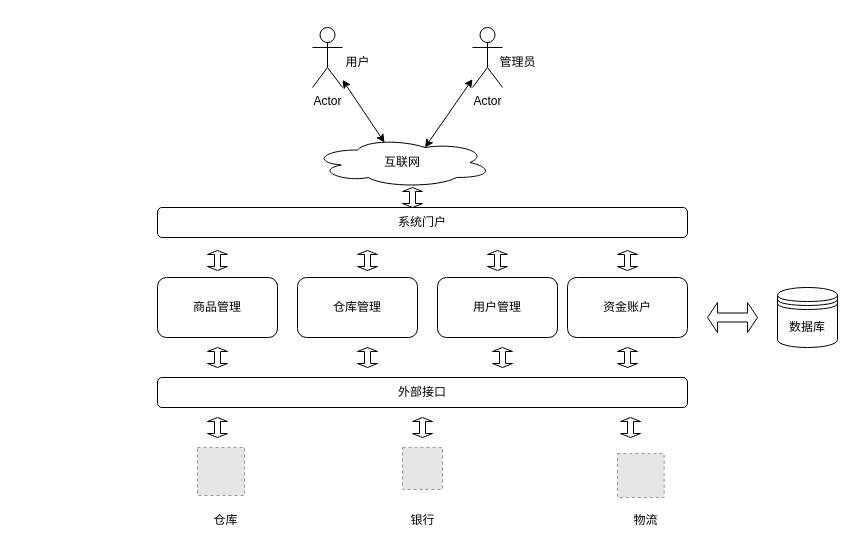
Before: 未命名绘图.drawio in oujieww/tutorial, a draw.io diagram. Source tidied: cells renumbered, new cells numbered last; positions are measured from the earlier drawing's top-left corner, leaving out a move shared by most shapes. Both pictures are drawn from the tidied source at 100%, with x=0, y=0 at pixel (157, 27). Pictures stored in the file or linked from it are replaced by grey dashed boxes.
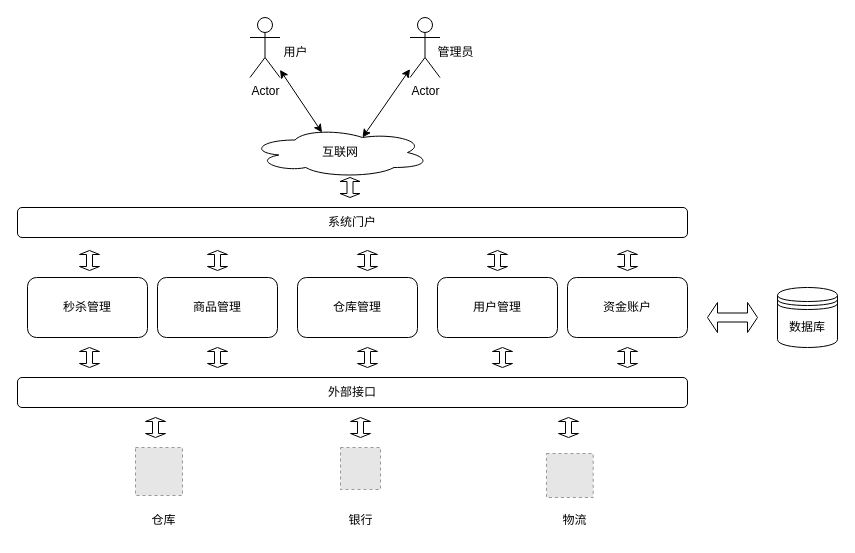
After the change.

Commit message:
系统总体设计.drawio

What changed in the source:
```diff
@@
     <mxCell id="2" value="Actor" style="shape=umlActor;verticalLabelPosition=bottom;verticalAlign=top;html=1;outlineConnect=0;" parent="1" vertex="1">
-      <mxGeometry x="155" width="30" height="60" as="geometry" />
+      <mxGeometry x="92.5" y="-10" width="30" height="60" as="geometry" />
     </mxCell>
     <mxCell id="3" value="用户" style="text;html=1;align=center;verticalAlign=middle;strokeColor=none;fillColor=none;" parent="1" vertex="1">
-      <mxGeometry x="175" y="20" width="50" height="30" as="geometry" />
+      <mxGeometry x="112.5" y="10" width="50" height="30" as="geometry" />
     </mxCell>
     <mxCell id="4" value="Actor" style="shape=umlActor;verticalLabelPosition=bottom;verticalAlign=top;html=1;outlineConnect=0;" parent="1" vertex="1">
-      <mxGeometry x="315" width="30" height="60" as="geometry" />
+      <mxGeometry x="252.5" y="-10" width="30" height="60" as="geometry" />
     </mxCell>
     <mxCell id="5" value="管理员" style="text;html=1;align=center;verticalAlign=middle;strokeColor=none;fillColor=none;" parent="1" vertex="1">
-      <mxGeometry x="330" y="20" width="60" height="30" as="geometry" />
+      <mxGeometry x="267.5" y="10" width="60" height="30" as="geometry" />
     </mxCell>
     <mxCell id="6" value="互联网" style="ellipse;shape=cloud;whiteSpace=wrap;html=1;" parent="1" vertex="1">
-      <mxGeometry x="155" y="110" width="180" height="50" as="geometry" />
+      <mxGeometry x="92.5" y="100" width="180" height="50" as="geometry" />
     </mxCell>
@@
     <mxCell id="9" value="系统门户" style="rounded=1;whiteSpace=wrap;html=1;" parent="1" vertex="1">
-      <mxGeometry y="180" width="530" height="30" as="geometry" />
+      <mxGeometry x="-140" y="180" width="670" height="30" as="geometry" />
     </mxCell>
@@
     <mxCell id="14" value="外部接口" style="rounded=1;whiteSpace=wrap;html=1;" parent="1" vertex="1">
-      <mxGeometry y="350" width="530" height="30" as="geometry" />
+      <mxGeometry x="-140" y="350" width="670" height="30" as="geometry" />
     </mxCell>
@@
     <mxCell id="23" style="fillColor=#E6E6E6;strokeColor=#999999;dashed=1;verticalLabelPosition=bottom;labelBackgroundColor=default;verticalAlign=top;" parent="1" vertex="1">
-      <mxGeometry x="40" y="420" width="47" height="48" as="geometry" />
+      <mxGeometry x="-22" y="420" width="47" height="48" as="geometry" />
     </mxCell>
     <mxCell id="24" value="仓库" style="text;html=1;align=center;verticalAlign=middle;strokeColor=none;fillColor=none;" parent="1" vertex="1">
-      <mxGeometry x="43" y="478" width="50" height="30" as="geometry" />
+      <mxGeometry x="-19" y="478" width="50" height="30" as="geometry" />
     </mxCell>
@@
     <mxCell id="27" style="shape=doubleArrow;direction=south;whiteSpace=wrap;html=1;" parent="1" vertex="1">
-      <mxGeometry x="245" y="160" width="20" height="20" as="geometry" />
+      <mxGeometry x="182.5" y="150" width="20" height="20" as="geometry" />
     </mxCell>
     <mxCell id="28" style="fillColor=#E6E6E6;strokeColor=#999999;dashed=1;verticalLabelPosition=bottom;labelBackgroundColor=default;verticalAlign=top;" parent="1" vertex="1">
-      <mxGeometry x="245" y="420" width="40" height="42" as="geometry" />
+      <mxGeometry x="183" y="420" width="40" height="42" as="geometry" />
     </mxCell>
     <mxCell id="29" value="银行" style="text;html=1;align=center;verticalAlign=middle;strokeColor=none;fillColor=none;" parent="1" vertex="1">
-      <mxGeometry x="240" y="478" width="50" height="30" as="geometry" />
+      <mxGeometry x="178" y="478" width="50" height="30" as="geometry" />
     </mxCell>
     <mxCell id="30" style="fillColor=#E6E6E6;strokeColor=#999999;dashed=1;verticalLabelPosition=bottom;labelBackgroundColor=default;verticalAlign=top;" parent="1" vertex="1">
-      <mxGeometry x="460" y="426" width="46.7" height="44" as="geometry" />
+      <mxGeometry x="389" y="426" width="46.7" height="44" as="geometry" />
     </mxCell>
     <mxCell id="31" value="物流&lt;br&gt;" style="text;html=1;align=center;verticalAlign=middle;strokeColor=none;fillColor=none;" parent="1" vertex="1">
-      <mxGeometry x="463" y="478" width="50" height="30" as="geometry" />
+      <mxGeometry x="392" y="478" width="50" height="30" as="geometry" />
     </mxCell>
     <mxCell id="32" style="shape=doubleArrow;direction=south;whiteSpace=wrap;html=1;" parent="1" vertex="1">
-      <mxGeometry x="463" y="390" width="20" height="20" as="geometry" />
+      <mxGeometry x="401" y="390" width="20" height="20" as="geometry" />
     </mxCell>
     <mxCell id="33" style="shape=doubleArrow;direction=south;whiteSpace=wrap;html=1;" parent="1" vertex="1">
-      <mxGeometry x="255" y="390" width="20" height="20" as="geometry" />
+      <mxGeometry x="193" y="390" width="20" height="20" as="geometry" />
     </mxCell>
     <mxCell id="34" style="shape=doubleArrow;direction=south;whiteSpace=wrap;html=1;" parent="1" vertex="1">
-      <mxGeometry x="50" y="390" width="20" height="20" as="geometry" />
+      <mxGeometry x="-12" y="390" width="20" height="20" as="geometry" />
     </mxCell>
+    <mxCell id="35" value="秒杀管理" style="rounded=1;whiteSpace=wrap;html=1;" parent="1" vertex="1">
+      <mxGeometry x="-130" y="250" width="120" height="60" as="geometry" />
+    </mxCell>
+    <mxCell id="36" style="shape=doubleArrow;direction=south;whiteSpace=wrap;html=1;" parent="1" vertex="1">
+      <mxGeometry x="-78" y="223" width="20" height="20" as="geometry" />
+    </mxCell>
+    <mxCell id="37" style="shape=doubleArrow;direction=south;whiteSpace=wrap;html=1;" parent="1" vertex="1">
+      <mxGeometry x="-78" y="320" width="20" height="20" as="geometry" />
+    </mxCell>
```
